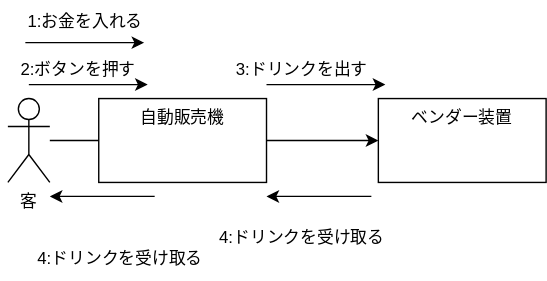
The draw.io diagram 演習6-4-4_コミュニケーション図_自動販売機.drawio.svg in kikuchihibiki/uml-introduction, before a commit. Source tidied: cells renumbered, new cells last; positions are measured from the earlier drawing's top-left corner, leaving out a move shared by most shapes.
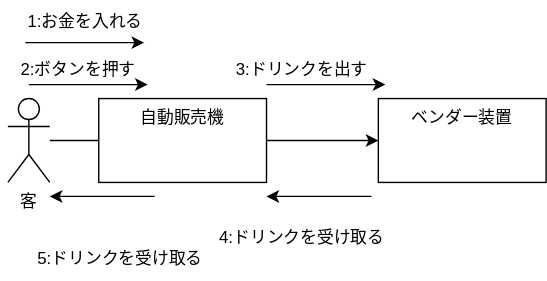
After the commit.

The edit, as a diff of the source:
```diff
@@ -53,7 +53,7 @@
     <mxCell id="14" value="4:ドリンクを受け取る" style="text;html=1;align=center;verticalAlign=middle;strokeColor=none;fillColor=none;" parent="1" vertex="1">
       <mxGeometry x="145" y="155" width="140" height="30" as="geometry" />
     </mxCell>
-    <mxCell id="15" value="4:ドリンクを受け取る" style="text;html=1;align=center;verticalAlign=middle;strokeColor=none;fillColor=none;" parent="1" vertex="1">
+    <mxCell id="15" value="5:ドリンクを受け取る" style="text;html=1;align=center;verticalAlign=middle;strokeColor=none;fillColor=none;" parent="1" vertex="1">
       <mxGeometry x="15" y="170" width="140" height="30" as="geometry" />
     </mxCell>
     <mxCell id="16" style="endArrow=classic;html=1;" parent="1" edge="1">
```
